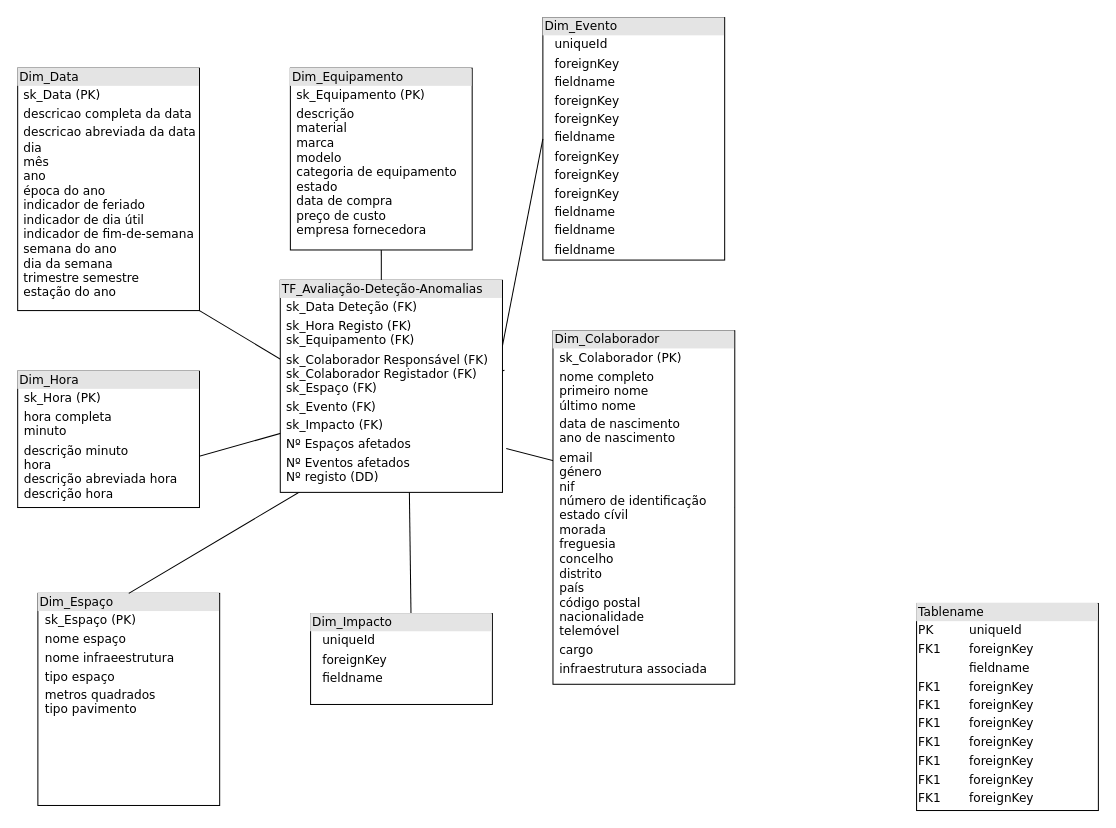
This is avaldetanom.drawio from 1santo/dataset-manutinfras, a draw.io file, before an edit. Source tidied: cells renumbered, new cells numbered last; positions are measured from the earlier drawing's top-left corner, leaving out a move shared by most shapes. Both pictures are drawn from the tidied source at 101%, with x=0, y=0 at pixel (17, 17).
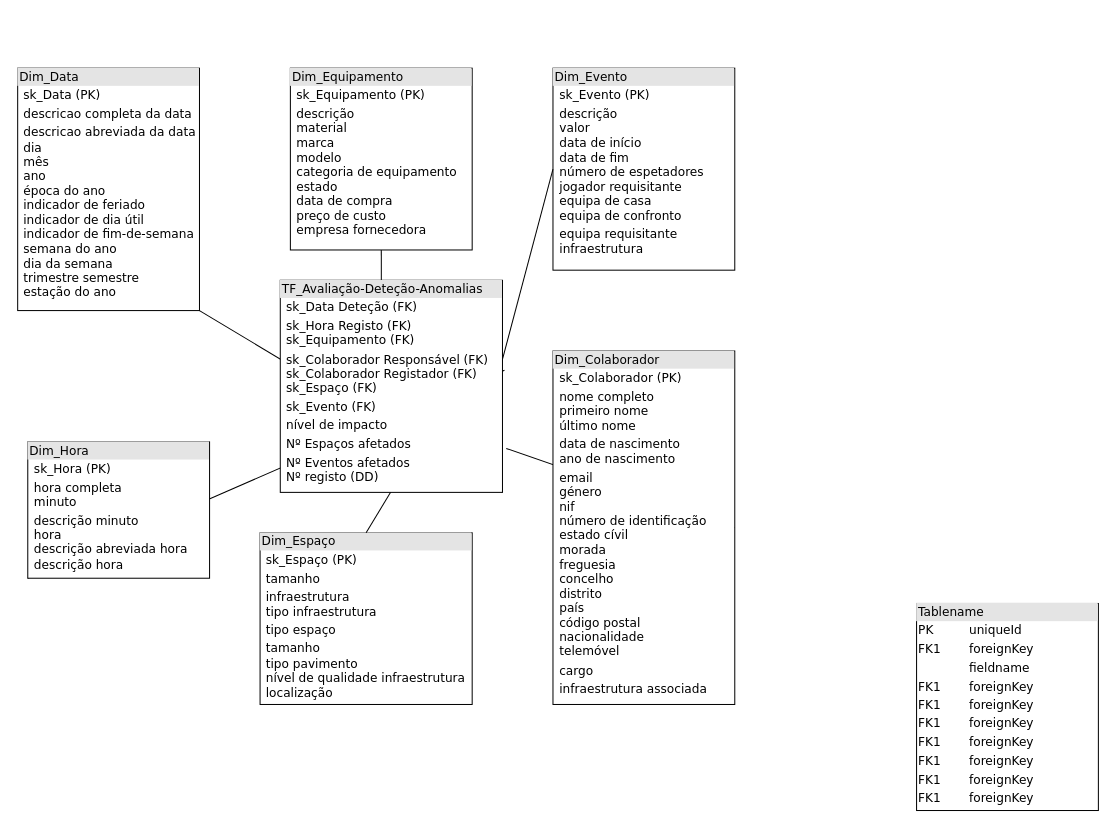
After the change.

Change to the diagram source:
```diff
@@
 <mxGraphModel>
   <root>
     <mxCell id="0" />
     <mxCell id="1" parent="0" />
     <mxCell id="2" value="&lt;div style=&quot;box-sizing: border-box ; width: 100% ; background: #e4e4e4 ; padding: 2px&quot;&gt;Dim_Equipamento&lt;/div&gt;&lt;table style=&quot;width: 100% ; font-size: 1em&quot; cellpadding=&quot;2&quot; cellspacing=&quot;0&quot;&gt;&lt;tbody&gt;&lt;tr&gt;&lt;td&gt;&lt;br&gt;&lt;/td&gt;&lt;td&gt;sk_Equipamento (PK)&lt;/td&gt;&lt;/tr&gt;&lt;tr&gt;&lt;td&gt;&lt;br&gt;&lt;/td&gt;&lt;td&gt;descrição&lt;br&gt;material&lt;br&gt;marca&lt;br&gt;modelo&lt;br&gt;categoria de equipamento&lt;br&gt;estado&lt;br&gt;data de compra&lt;br&gt;preço de custo&lt;br&gt;empresa fornecedora&lt;/td&gt;&lt;/tr&gt;&lt;tr&gt;&lt;td&gt;&lt;/td&gt;&lt;td&gt;&lt;br&gt;&lt;/td&gt;&lt;/tr&gt;&lt;tr&gt;&lt;td&gt;&lt;br&gt;&lt;/td&gt;&lt;td&gt;&lt;br&gt;&lt;/td&gt;&lt;/tr&gt;&lt;/tbody&gt;&lt;/table&gt;" style="verticalAlign=top;align=left;overflow=fill;html=1;rounded=0;shadow=0;comic=0;labelBackgroundColor=none;strokeWidth=1;fontFamily=Verdana;fontSize=12;" parent="1" vertex="1">
       <mxGeometry x="270" y="50" width="180" height="180" as="geometry" />
     </mxCell>
     <mxCell id="3" value="&lt;div style=&quot;box-sizing: border-box ; width: 100% ; background: #e4e4e4 ; padding: 2px&quot;&gt;Tablename&lt;/div&gt;&lt;table style=&quot;width: 100% ; font-size: 1em&quot; cellpadding=&quot;2&quot; cellspacing=&quot;0&quot;&gt;&lt;tbody&gt;&lt;tr&gt;&lt;td&gt;PK&lt;/td&gt;&lt;td&gt;uniqueId&lt;/td&gt;&lt;/tr&gt;&lt;tr&gt;&lt;td&gt;FK1&lt;/td&gt;&lt;td&gt;foreignKey&lt;/td&gt;&lt;/tr&gt;&lt;tr&gt;&lt;td&gt;&lt;/td&gt;&lt;td&gt;fieldname&lt;/td&gt;&lt;/tr&gt;&lt;tr&gt;&lt;td&gt;FK1&lt;br&gt;&lt;/td&gt;&lt;td&gt;foreignKey&lt;br&gt;&lt;/td&gt;&lt;/tr&gt;&lt;tr&gt;&lt;td&gt;FK1&lt;br&gt;&lt;/td&gt;&lt;td&gt;foreignKey&lt;br&gt;&lt;/td&gt;&lt;/tr&gt;&lt;tr&gt;&lt;td&gt;FK1&lt;br&gt;&lt;/td&gt;&lt;td&gt;foreignKey&lt;br&gt;&lt;/td&gt;&lt;/tr&gt;&lt;tr&gt;&lt;td&gt;FK1&lt;br&gt;&lt;/td&gt;&lt;td&gt;foreignKey&lt;br&gt;&lt;/td&gt;&lt;/tr&gt;&lt;tr&gt;&lt;td&gt;FK1&lt;br&gt;&lt;/td&gt;&lt;td&gt;foreignKey&lt;br&gt;&lt;/td&gt;&lt;/tr&gt;&lt;tr&gt;&lt;td&gt;FK1&lt;br&gt;&lt;/td&gt;&lt;td&gt;foreignKey&lt;br&gt;&lt;/td&gt;&lt;/tr&gt;&lt;tr&gt;&lt;td&gt;FK1&lt;br&gt;&lt;/td&gt;&lt;td&gt;foreignKey&lt;br&gt;&lt;/td&gt;&lt;/tr&gt;&lt;/tbody&gt;&lt;/table&gt;" style="verticalAlign=top;align=left;overflow=fill;html=1;rounded=0;shadow=0;comic=0;labelBackgroundColor=none;strokeWidth=1;fontFamily=Verdana;fontSize=12;" parent="1" vertex="1">
       <mxGeometry x="890" y="580" width="180" height="205" as="geometry" />
     </mxCell>
     <mxCell id="4" value="&lt;div style=&quot;box-sizing: border-box ; width: 100% ; background: #e4e4e4 ; padding: 2px&quot;&gt;Dim_Data&lt;/div&gt;&lt;table style=&quot;width: 100% ; font-size: 1em&quot; cellpadding=&quot;2&quot; cellspacing=&quot;0&quot;&gt;&lt;tbody&gt;&lt;tr&gt;&lt;td&gt;&lt;br&gt;&lt;/td&gt;&lt;td&gt;sk_Data (PK)&lt;/td&gt;&lt;/tr&gt;&lt;tr&gt;&lt;td&gt;&lt;br&gt;&lt;/td&gt;&lt;td&gt;descricao completa da data&lt;/td&gt;&lt;/tr&gt;&lt;tr&gt;&lt;td&gt;&lt;/td&gt;&lt;td&gt;descricao abreviada da data&lt;br&gt;dia&lt;br&gt;mês&lt;br&gt;ano&lt;br&gt;época do ano&lt;br&gt;indicador de feriado&lt;br&gt;indicador de dia útil&lt;br&gt;indicador de fim-de-semana&lt;br&gt;semana do ano&lt;br&gt;dia da semana&lt;br&gt;trimestre semestre&lt;br&gt;estação do ano&lt;br&gt;&lt;/td&gt;&lt;/tr&gt;&lt;tr&gt;&lt;td&gt;&lt;br&gt;&lt;/td&gt;&lt;td&gt;&lt;br&gt;&lt;/td&gt;&lt;/tr&gt;&lt;tr&gt;&lt;td&gt;&lt;br&gt;&lt;/td&gt;&lt;td&gt;&lt;br&gt;&lt;/td&gt;&lt;/tr&gt;&lt;/tbody&gt;&lt;/table&gt;" style="verticalAlign=top;align=left;overflow=fill;html=1;rounded=0;shadow=0;comic=0;labelBackgroundColor=none;strokeWidth=1;fontFamily=Verdana;fontSize=12;" parent="1" vertex="1">
       <mxGeometry y="50" width="180" height="240" as="geometry" />
     </mxCell>
-    <mxCell id="5" value="&lt;div style=&quot;box-sizing: border-box ; width: 100% ; background: #e4e4e4 ; padding: 2px&quot;&gt;Dim_Evento&lt;/div&gt;&lt;table style=&quot;width: 100% ; font-size: 1em&quot; cellpadding=&quot;2&quot; cellspacing=&quot;0&quot;&gt;&lt;tbody&gt;&lt;tr&gt;&lt;td&gt;&lt;br&gt;&lt;/td&gt;&lt;td&gt;uniqueId&lt;/td&gt;&lt;/tr&gt;&lt;tr&gt;&lt;td&gt;&lt;br&gt;&lt;/td&gt;&lt;td&gt;foreignKey&lt;/td&gt;&lt;/tr&gt;&lt;tr&gt;&lt;td&gt;&lt;/td&gt;&lt;td&gt;fieldname&lt;/td&gt;&lt;/tr&gt;&lt;tr&gt;&lt;td&gt;&lt;br&gt;&lt;/td&gt;&lt;td&gt;foreignKey&lt;br&gt;&lt;/td&gt;&lt;/tr&gt;&lt;tr&gt;&lt;td&gt;&lt;br&gt;&lt;/td&gt;&lt;td&gt;foreignKey&lt;br&gt;&lt;/td&gt;&lt;/tr&gt;&lt;tr&gt;&lt;td&gt;&lt;br&gt;&lt;/td&gt;&lt;td&gt;fieldname&lt;br&gt;&lt;/td&gt;&lt;/tr&gt;&lt;tr&gt;&lt;td&gt;&lt;/td&gt;&lt;td&gt;foreignKey&lt;br&gt;&lt;/td&gt;&lt;/tr&gt;&lt;tr&gt;&lt;td&gt;&lt;br&gt;&lt;/td&gt;&lt;td&gt;foreignKey&lt;br&gt;&lt;/td&gt;&lt;/tr&gt;&lt;tr&gt;&lt;td&gt;&lt;br&gt;&lt;/td&gt;&lt;td&gt;foreignKey&lt;br&gt;&lt;/td&gt;&lt;/tr&gt;&lt;tr&gt;&lt;td&gt;&lt;br&gt;&lt;/td&gt;&lt;td&gt;fieldname&lt;br&gt;&lt;/td&gt;&lt;/tr&gt;&lt;tr&gt;&lt;td&gt;&lt;br&gt;&lt;/td&gt;&lt;td&gt;fieldname&lt;br&gt;&lt;/td&gt;&lt;/tr&gt;&lt;tr&gt;&lt;td&gt;&lt;br&gt;&lt;/td&gt;&lt;td&gt;fieldname&lt;br&gt;&lt;/td&gt;&lt;/tr&gt;&lt;/tbody&gt;&lt;/table&gt;" style="verticalAlign=top;align=left;overflow=fill;html=1;rounded=0;shadow=0;comic=0;labelBackgroundColor=none;strokeWidth=1;fontFamily=Verdana;fontSize=12;" parent="1" vertex="1">
-      <mxGeometry x="520" width="180" height="240" as="geometry" />
+    <mxCell id="5" value="&lt;div style=&quot;box-sizing: border-box ; width: 100% ; background: #e4e4e4 ; padding: 2px&quot;&gt;Dim_Evento&lt;/div&gt;&lt;table style=&quot;width: 100% ; font-size: 1em&quot; cellpadding=&quot;2&quot; cellspacing=&quot;0&quot;&gt;&lt;tbody&gt;&lt;tr&gt;&lt;td&gt;&lt;br&gt;&lt;/td&gt;&lt;td&gt;sk_Evento (PK)&lt;/td&gt;&lt;/tr&gt;&lt;tr&gt;&lt;td&gt;&lt;br&gt;&lt;/td&gt;&lt;td&gt;descrição&lt;br&gt;valor&lt;br&gt;data de início&lt;br&gt;data de fim&lt;br&gt;número de espetadores&lt;br&gt;jogador requisitante&lt;br&gt;equipa de casa&lt;br&gt;equipa de confronto&lt;/td&gt;&lt;/tr&gt;&lt;tr&gt;&lt;td&gt;&lt;/td&gt;&lt;td&gt;equipa requisitante&lt;br&gt;infraestrutura&lt;br&gt;&lt;br&gt;&lt;br&gt;&lt;/td&gt;&lt;/tr&gt;&lt;/tbody&gt;&lt;/table&gt;" style="verticalAlign=top;align=left;overflow=fill;html=1;rounded=0;shadow=0;comic=0;labelBackgroundColor=none;strokeWidth=1;fontFamily=Verdana;fontSize=12;" parent="1" vertex="1">
+      <mxGeometry x="530" y="50" width="180" height="200" as="geometry" />
     </mxCell>
-    <mxCell id="6" value="&lt;div style=&quot;box-sizing: border-box ; width: 100% ; background: #e4e4e4 ; padding: 2px&quot;&gt;Dim_Espaço&lt;/div&gt;&lt;table style=&quot;width: 100% ; font-size: 1em&quot; cellpadding=&quot;2&quot; cellspacing=&quot;0&quot;&gt;&lt;tbody&gt;&lt;tr&gt;&lt;td&gt;&lt;br&gt;&lt;/td&gt;&lt;td&gt;sk_Espaço (PK)&lt;/td&gt;&lt;/tr&gt;&lt;tr&gt;&lt;td&gt;&lt;br&gt;&lt;/td&gt;&lt;td&gt;nome espaço&lt;/td&gt;&lt;/tr&gt;&lt;tr&gt;&lt;td&gt;&lt;/td&gt;&lt;td&gt;nome infraeestrutura&lt;/td&gt;&lt;/tr&gt;&lt;tr&gt;&lt;td&gt;&lt;br&gt;&lt;/td&gt;&lt;td&gt;tipo espaço&lt;/td&gt;&lt;/tr&gt;&lt;tr&gt;&lt;td&gt;&lt;br&gt;&lt;/td&gt;&lt;td&gt;metros quadrados&lt;br&gt;tipo pavimento&lt;br&gt;&lt;br&gt;&lt;br&gt;&lt;/td&gt;&lt;/tr&gt;&lt;tr&gt;&lt;td&gt;&lt;br&gt;&lt;/td&gt;&lt;td&gt;&lt;br&gt;&lt;/td&gt;&lt;/tr&gt;&lt;/tbody&gt;&lt;/table&gt;" style="verticalAlign=top;align=left;overflow=fill;html=1;rounded=0;shadow=0;comic=0;labelBackgroundColor=none;strokeWidth=1;fontFamily=Verdana;fontSize=12;" parent="1" vertex="1">
-      <mxGeometry x="20" y="570" width="180" height="210" as="geometry" />
+    <mxCell id="6" value="&lt;div style=&quot;box-sizing: border-box ; width: 100% ; background: #e4e4e4 ; padding: 2px&quot;&gt;Dim_Espaço&lt;/div&gt;&lt;table style=&quot;width: 100% ; font-size: 1em&quot; cellpadding=&quot;2&quot; cellspacing=&quot;0&quot;&gt;&lt;tbody&gt;&lt;tr&gt;&lt;td&gt;&lt;br&gt;&lt;/td&gt;&lt;td&gt;sk_Espaço (PK)&lt;/td&gt;&lt;/tr&gt;&lt;tr&gt;&lt;td&gt;&lt;br&gt;&lt;/td&gt;&lt;td&gt;tamanho&lt;/td&gt;&lt;/tr&gt;&lt;tr&gt;&lt;td&gt;&lt;/td&gt;&lt;td&gt;infraestrutura&lt;br&gt;tipo infraestrutura&lt;/td&gt;&lt;/tr&gt;&lt;tr&gt;&lt;td&gt;&lt;br&gt;&lt;/td&gt;&lt;td&gt;tipo espaço&lt;/td&gt;&lt;/tr&gt;&lt;tr&gt;&lt;td&gt;&lt;br&gt;&lt;/td&gt;&lt;td&gt;tamanho&lt;br&gt;tipo pavimento&lt;br&gt;nível de qualidade infraestrutura&lt;br&gt;localização&lt;br&gt;&lt;br&gt;&lt;/td&gt;&lt;/tr&gt;&lt;tr&gt;&lt;td&gt;&lt;br&gt;&lt;/td&gt;&lt;td&gt;&lt;br&gt;&lt;/td&gt;&lt;/tr&gt;&lt;/tbody&gt;&lt;/table&gt;" style="verticalAlign=top;align=left;overflow=fill;html=1;rounded=0;shadow=0;comic=0;labelBackgroundColor=none;strokeWidth=1;fontFamily=Verdana;fontSize=12;" parent="1" vertex="1">
+      <mxGeometry x="240" y="510" width="210" height="170" as="geometry" />
     </mxCell>
     <mxCell id="7" style="endArrow=none;html=1;rounded=0;fontSize=12;startSize=14;endSize=14;sourcePerimeterSpacing=8;targetPerimeterSpacing=8;curved=1;exitX=1;exitY=1;exitDx=0;exitDy=0;entryX=1;entryY=1;entryDx=0;entryDy=0;" parent="1" edge="1" source="13" target="4">
       <mxGeometry relative="1" as="geometry" />
     </mxCell>
     <mxCell id="8" style="endArrow=none;html=1;rounded=0;fontSize=12;startSize=14;endSize=14;sourcePerimeterSpacing=8;targetPerimeterSpacing=8;curved=1;exitX=0.455;exitY=0.05;exitDx=0;exitDy=0;exitPerimeter=0;entryX=0.5;entryY=1;entryDx=0;entryDy=0;" parent="1" edge="1" source="13" target="2">
       <mxGeometry relative="1" as="geometry" />
     </mxCell>
     <mxCell id="9" style="endArrow=none;html=1;rounded=0;fontSize=12;startSize=14;endSize=14;sourcePerimeterSpacing=8;targetPerimeterSpacing=8;curved=1;exitX=0.5;exitY=0;exitDx=0;exitDy=0;entryX=0.727;entryY=0.6;entryDx=0;entryDy=0;entryPerimeter=0;" parent="1" edge="1" source="6" target="13">
       <mxGeometry relative="1" as="geometry" />
     </mxCell>
     <mxCell id="10" style="endArrow=none;html=1;rounded=0;fontSize=12;startSize=14;endSize=14;sourcePerimeterSpacing=8;targetPerimeterSpacing=8;curved=1;exitX=0.955;exitY=0.55;exitDx=0;exitDy=0;exitPerimeter=0;entryX=0;entryY=0.5;entryDx=0;entryDy=0;" parent="1" edge="1" source="13" target="5">
       <mxGeometry relative="1" as="geometry" />
     </mxCell>
     <mxCell id="11" style="endArrow=none;html=1;rounded=0;fontSize=12;startSize=14;endSize=14;sourcePerimeterSpacing=8;targetPerimeterSpacing=8;curved=1;exitX=0;exitY=1;exitDx=0;exitDy=0;entryX=1.009;entryY=0.424;entryDx=0;entryDy=0;entryPerimeter=0;" parent="1" edge="1" source="15" target="13">
       <mxGeometry relative="1" as="geometry" />
     </mxCell>
-    <mxCell id="12" style="endArrow=none;html=1;rounded=0;fontSize=12;startSize=14;endSize=14;sourcePerimeterSpacing=8;targetPerimeterSpacing=8;curved=1;exitX=0.556;exitY=0.556;exitDx=0;exitDy=0;exitPerimeter=0;entryX=0.581;entryY=0.996;entryDx=0;entryDy=0;entryPerimeter=0;" parent="1" edge="1" source="14" target="13">
-      <mxGeometry relative="1" as="geometry" />
-    </mxCell>
-    <mxCell id="13" value="&lt;div style=&quot;box-sizing: border-box ; width: 100% ; background: #e4e4e4 ; padding: 2px&quot;&gt;TF_Avaliação-Deteção-Anomalias&lt;/div&gt;&lt;table style=&quot;width: 100% ; font-size: 1em&quot; cellpadding=&quot;2&quot; cellspacing=&quot;0&quot;&gt;&lt;tbody&gt;&lt;tr&gt;&lt;td&gt;&lt;br&gt;&lt;/td&gt;&lt;td&gt;sk_Data Deteção (FK)&lt;/td&gt;&lt;/tr&gt;&lt;tr&gt;&lt;td&gt;&lt;br&gt;&lt;/td&gt;&lt;td&gt;sk_Hora Registo (FK)&lt;br&gt;sk_Equipamento (FK)&lt;/td&gt;&lt;/tr&gt;&lt;tr&gt;&lt;td&gt;&lt;/td&gt;&lt;td&gt;sk_Colaborador Responsável (FK)&lt;br&gt;sk_Colaborador Registador (FK)&lt;br&gt;sk_Espaço (FK)&lt;/td&gt;&lt;/tr&gt;&lt;tr&gt;&lt;td&gt;&lt;br&gt;&lt;/td&gt;&lt;td&gt;sk_Evento (FK)&lt;/td&gt;&lt;/tr&gt;&lt;tr&gt;&lt;td&gt;&lt;br&gt;&lt;/td&gt;&lt;td&gt;sk_Impacto (FK)&lt;/td&gt;&lt;/tr&gt;&lt;tr&gt;&lt;td&gt;&lt;br&gt;&lt;/td&gt;&lt;td&gt;Nº Espaços afetados&lt;/td&gt;&lt;/tr&gt;&lt;tr&gt;&lt;td&gt;&lt;br&gt;&lt;/td&gt;&lt;td&gt;Nº Eventos afetados&lt;br&gt;Nº registo (DD)&lt;/td&gt;&lt;/tr&gt;&lt;tr&gt;&lt;td&gt;&lt;br&gt;&lt;/td&gt;&lt;td&gt;&lt;br&gt;&lt;/td&gt;&lt;/tr&gt;&lt;tr&gt;&lt;td&gt;&lt;br&gt;&lt;/td&gt;&lt;td&gt;&lt;br&gt;&lt;/td&gt;&lt;/tr&gt;&lt;tr&gt;&lt;td&gt;&lt;/td&gt;&lt;td&gt;&lt;br&gt;&lt;/td&gt;&lt;/tr&gt;&lt;tr&gt;&lt;td&gt;&lt;br&gt;&lt;/td&gt;&lt;td&gt;&lt;br&gt;&lt;/td&gt;&lt;/tr&gt;&lt;/tbody&gt;&lt;/table&gt;" style="verticalAlign=top;align=left;overflow=fill;html=1;rounded=0;shadow=0;comic=0;labelBackgroundColor=none;strokeWidth=1;fontFamily=Verdana;fontSize=12;" parent="1" vertex="1">
+    <mxCell id="13" value="&lt;div style=&quot;box-sizing: border-box ; width: 100% ; background: #e4e4e4 ; padding: 2px&quot;&gt;TF_Avaliação-Deteção-Anomalias&lt;/div&gt;&lt;table style=&quot;width: 100% ; font-size: 1em&quot; cellpadding=&quot;2&quot; cellspacing=&quot;0&quot;&gt;&lt;tbody&gt;&lt;tr&gt;&lt;td&gt;&lt;br&gt;&lt;/td&gt;&lt;td&gt;sk_Data Deteção (FK)&lt;/td&gt;&lt;/tr&gt;&lt;tr&gt;&lt;td&gt;&lt;br&gt;&lt;/td&gt;&lt;td&gt;sk_Hora Registo (FK)&lt;br&gt;sk_Equipamento (FK)&lt;/td&gt;&lt;/tr&gt;&lt;tr&gt;&lt;td&gt;&lt;/td&gt;&lt;td&gt;sk_Colaborador Responsável (FK)&lt;br&gt;sk_Colaborador Registador (FK)&lt;br&gt;sk_Espaço (FK)&lt;/td&gt;&lt;/tr&gt;&lt;tr&gt;&lt;td&gt;&lt;br&gt;&lt;/td&gt;&lt;td&gt;sk_Evento (FK)&lt;/td&gt;&lt;/tr&gt;&lt;tr&gt;&lt;td&gt;&lt;br&gt;&lt;/td&gt;&lt;td&gt;nível de impacto&lt;/td&gt;&lt;/tr&gt;&lt;tr&gt;&lt;td&gt;&lt;br&gt;&lt;/td&gt;&lt;td&gt;Nº Espaços afetados&lt;/td&gt;&lt;/tr&gt;&lt;tr&gt;&lt;td&gt;&lt;br&gt;&lt;/td&gt;&lt;td&gt;Nº Eventos afetados&lt;br&gt;Nº registo (DD)&lt;/td&gt;&lt;/tr&gt;&lt;tr&gt;&lt;td&gt;&lt;br&gt;&lt;/td&gt;&lt;td&gt;&lt;br&gt;&lt;/td&gt;&lt;/tr&gt;&lt;tr&gt;&lt;td&gt;&lt;br&gt;&lt;/td&gt;&lt;td&gt;&lt;br&gt;&lt;/td&gt;&lt;/tr&gt;&lt;tr&gt;&lt;td&gt;&lt;/td&gt;&lt;td&gt;&lt;br&gt;&lt;/td&gt;&lt;/tr&gt;&lt;tr&gt;&lt;td&gt;&lt;br&gt;&lt;/td&gt;&lt;td&gt;&lt;br&gt;&lt;/td&gt;&lt;/tr&gt;&lt;/tbody&gt;&lt;/table&gt;" style="verticalAlign=top;align=left;overflow=fill;html=1;rounded=0;shadow=0;comic=0;labelBackgroundColor=none;strokeWidth=1;fontFamily=Verdana;fontSize=12;" parent="1" vertex="1">
       <mxGeometry x="260" y="260" width="220" height="210" as="geometry" />
     </mxCell>
-    <mxCell id="14" value="&lt;div style=&quot;box-sizing:border-box;width:100%;background:#e4e4e4;padding:2px;&quot;&gt;Dim_Impacto&lt;/div&gt;&lt;table style=&quot;width:100%;font-size:1em;&quot; cellpadding=&quot;2&quot; cellspacing=&quot;0&quot;&gt;&lt;tbody&gt;&lt;tr&gt;&lt;td&gt;&lt;br&gt;&lt;/td&gt;&lt;td&gt;uniqueId&lt;/td&gt;&lt;/tr&gt;&lt;tr&gt;&lt;td&gt;&lt;br&gt;&lt;/td&gt;&lt;td&gt;foreignKey&lt;/td&gt;&lt;/tr&gt;&lt;tr&gt;&lt;td&gt;&lt;/td&gt;&lt;td&gt;fieldname&lt;/td&gt;&lt;/tr&gt;&lt;/tbody&gt;&lt;/table&gt;" style="verticalAlign=top;align=left;overflow=fill;html=1;rounded=0;shadow=0;comic=0;labelBackgroundColor=none;strokeWidth=1;fontFamily=Verdana;fontSize=12;" parent="1" vertex="1">
-      <mxGeometry x="290" y="590" width="180" height="90" as="geometry" />
-    </mxCell>
     <mxCell id="15" value="&lt;div style=&quot;box-sizing:border-box;width:100%;background:#e4e4e4;padding:2px;&quot;&gt;Dim_Hora&lt;/div&gt;&lt;table style=&quot;width:100%;font-size:1em;&quot; cellpadding=&quot;2&quot; cellspacing=&quot;0&quot;&gt;&lt;tbody&gt;&lt;tr&gt;&lt;td&gt;&lt;/td&gt;&lt;td&gt;sk_Hora (PK)&lt;/td&gt;&lt;/tr&gt;&lt;tr&gt;&lt;td&gt;&lt;br&gt;&lt;/td&gt;&lt;td&gt;hora completa&lt;br&gt;minuto&lt;/td&gt;&lt;/tr&gt;&lt;tr&gt;&lt;td&gt;&lt;/td&gt;&lt;td&gt;descrição minuto&lt;br&gt;hora&lt;br&gt;descrição abreviada hora&lt;br&gt;descrição hora&lt;br&gt;&lt;/td&gt;&lt;/tr&gt;&lt;/tbody&gt;&lt;/table&gt;" style="verticalAlign=top;align=left;overflow=fill;html=1;rounded=0;shadow=0;comic=0;labelBackgroundColor=none;strokeWidth=1;fontFamily=Verdana;fontSize=12;" parent="1" vertex="1">
-      <mxGeometry y="350" width="180" height="135" as="geometry" />
+      <mxGeometry x="10" y="420" width="180" height="135" as="geometry" />
     </mxCell>
     <mxCell id="16" style="endArrow=none;html=1;rounded=0;fontSize=12;startSize=14;endSize=14;sourcePerimeterSpacing=8;targetPerimeterSpacing=8;curved=1;entryX=1;entryY=0.5;entryDx=0;entryDy=0;exitX=1.017;exitY=0.793;exitDx=0;exitDy=0;exitPerimeter=0;" parent="1" edge="1" source="13" target="17">
       <mxGeometry x="1" y="14" relative="1" as="geometry">
         <mxPoint x="-4" y="14" as="offset" />
       </mxGeometry>
     </mxCell>
     <mxCell id="17" value="&lt;div style=&quot;box-sizing: border-box ; width: 100% ; background: #e4e4e4 ; padding: 2px&quot;&gt;Dim_Colaborador&lt;/div&gt;&lt;table style=&quot;width: 100% ; font-size: 1em&quot; cellpadding=&quot;2&quot; cellspacing=&quot;0&quot;&gt;&lt;tbody&gt;&lt;tr&gt;&lt;td&gt;&lt;br&gt;&lt;/td&gt;&lt;td&gt;sk_Colaborador (PK)&lt;/td&gt;&lt;/tr&gt;&lt;tr&gt;&lt;td&gt;&lt;br&gt;&lt;/td&gt;&lt;td&gt;nome completo&lt;br&gt;primeiro nome&lt;br&gt;último nome&lt;/td&gt;&lt;/tr&gt;&lt;tr&gt;&lt;td&gt;&lt;/td&gt;&lt;td&gt;data de nascimento&lt;br&gt;ano de nascimento&lt;/td&gt;&lt;/tr&gt;&lt;tr&gt;&lt;td&gt;&lt;br&gt;&lt;/td&gt;&lt;td&gt;email&lt;br&gt;género&lt;br&gt;nif&lt;br&gt;número de identificação&lt;br&gt;estado cívil&lt;br&gt;morada&lt;br&gt;freguesia&lt;br&gt;concelho&lt;br&gt;distrito&lt;br&gt;país&lt;br&gt;código postal&lt;br&gt;nacionalidade&lt;br&gt;telemóvel&lt;/td&gt;&lt;/tr&gt;&lt;tr&gt;&lt;td&gt;&lt;br&gt;&lt;/td&gt;&lt;td&gt;cargo&lt;/td&gt;&lt;/tr&gt;&lt;tr&gt;&lt;td&gt;&lt;br&gt;&lt;/td&gt;&lt;td&gt;infraestrutura associada&lt;/td&gt;&lt;/tr&gt;&lt;/tbody&gt;&lt;/table&gt;" style="verticalAlign=top;align=left;overflow=fill;html=1;rounded=0;shadow=0;comic=0;labelBackgroundColor=none;strokeWidth=1;fontFamily=Verdana;fontSize=12;" parent="1" vertex="1">
-      <mxGeometry x="530" y="310" width="180" height="350" as="geometry" />
+      <mxGeometry x="530" y="330" width="180" height="350" as="geometry" />
     </mxCell>
   </root>
 </mxGraphModel>
```
